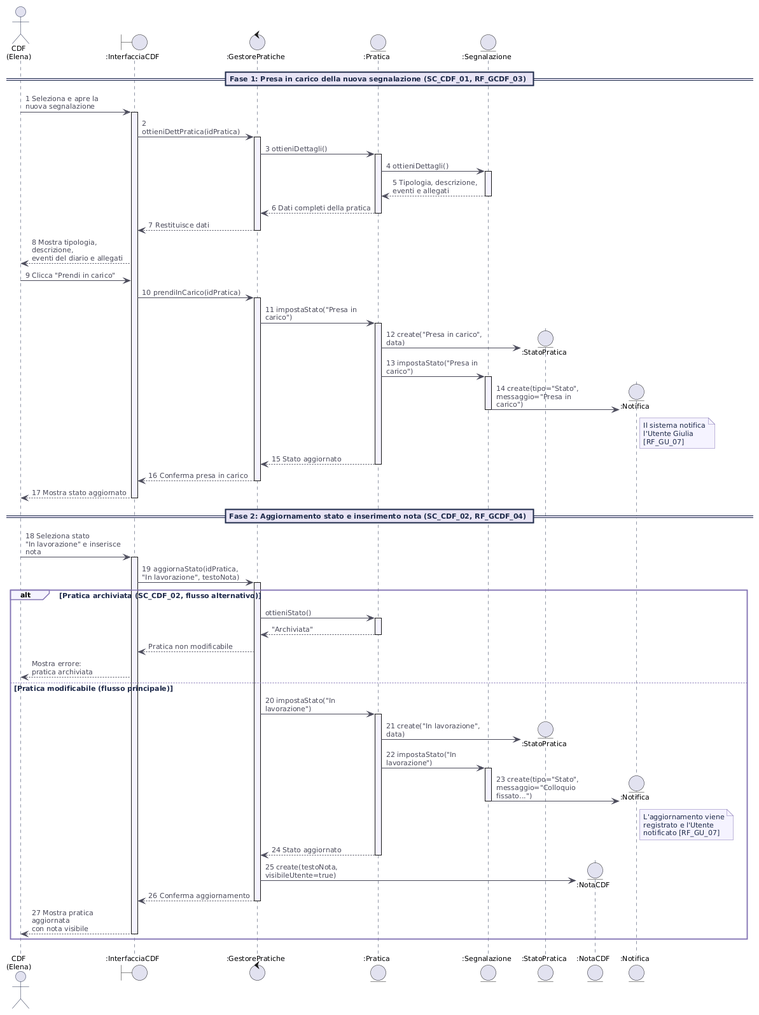
The PlantUML diagram docs/rad/assets/images/SD_Gestione_Segnalazione.png in pharos-oss/pharos, before a commit. The source it was exported from:
```plantuml
@startuml

skinparam shadowing false
skinparam defaultFontName "DejaVu Sans"
skinparam defaultFontSize 11
skinparam maxMessageSize 160

skinparam sequence {
  ArrowColor       #4A4A5A
  ArrowFontColor   #4A4A5A
  LifeLineBorderColor      #1E2A4A
  LifeLineBackgroundColor  #F5F3FF
  ParticipantBorderColor     #1E2A4A
  ParticipantBackgroundColor #E8E4F5
  ParticipantFontColor       #1E2A4A
  ActorBorderColor   #1E2A4A
  DividerBackgroundColor #E8E4F5
  DividerBorderColor     #1E2A4A
  DividerFontColor       #1E2A4A
  GroupBackgroundColor #F5F3FF
  GroupBorderColor     #8273B4
  GroupFontColor       #1E2A4A
}

skinparam note {
  BackgroundColor #F5F3FF
  BorderColor     #8273B4
  FontColor       #1E2A4A
}

actor    "CDF\n(Elena)"    as cdf
boundary ":InterfacciaCDF" as ui
control  ":GestorePratiche" as gp
entity   ":Pratica"        as p
entity   ":Segnalazione"   as s
entity   ":StatoPratica"   as sp
entity   ":NotaCDF"        as nota
entity   ":Notifica"       as n

== Fase 1: Presa in carico della nuova segnalazione (SC_CDF_01, RF_GCDF_03) ==

cdf -> ui: 1 Seleziona e apre la\nnuova segnalazione
activate ui

ui -> gp: 2 ottieniDettPratica(idPratica)
activate gp

gp -> p: 3 ottieniDettagli()
activate p
p -> s: 4 ottieniDettagli()
activate s
s --> p: 5 Tipologia, descrizione,\neventi e allegati
deactivate s
p --> gp: 6 Dati completi della pratica
deactivate p

gp --> ui: 7 Restituisce dati
deactivate gp

ui --> cdf: 8 Mostra tipologia, descrizione,\neventi del diario e allegati

cdf -> ui: 9 Clicca "Prendi in carico"

ui -> gp: 10 prendiInCarico(idPratica)
activate gp

gp -> p: 11 impostaStato("Presa in carico")
activate p
create sp
p -> sp: 12 create("Presa in carico", data)
p -> s: 13 impostaStato("Presa in carico")
activate s
create n
s -> n: 14 create(tipo="Stato",\nmessaggio="Presa in carico")
note right of n
  Il sistema notifica
  l'Utente Giulia
  [RF_GU_07]
end note
deactivate s
p --> gp: 15 Stato aggiornato
deactivate p

gp --> ui: 16 Conferma presa in carico
deactivate gp

ui --> cdf: 17 Mostra stato aggiornato
deactivate ui

== Fase 2: Aggiornamento stato e inserimento nota (SC_CDF_02, RF_GCDF_04) ==

cdf -> ui: 18 Seleziona stato\n"In lavorazione" e inserisce nota
activate ui

ui -> gp: 19 aggiornaStato(idPratica,\n"In lavorazione", testoNota)
activate gp

alt Pratica archiviata (SC_CDF_02, flusso alternativo)
  gp -> p: ottieniStato()
  activate p
  p --> gp: "Archiviata"
  deactivate p
  gp --> ui: Pratica non modificabile
  ui --> cdf: Mostra errore:\npratica archiviata
else Pratica modificabile (flusso principale)

gp -> p: 20 impostaStato("In lavorazione")
activate p

create sp
p -> sp: 21 create("In lavorazione", data)

p -> s: 22 impostaStato("In lavorazione")
activate s

create n
s -> n: 23 create(tipo="Stato",\nmessaggio="Colloquio fissato...")
note right of n
  L'aggiornamento viene
  registrato e l'Utente
  notificato [RF_GU_07]
end note
deactivate s
p --> gp: 24 Stato aggiornato
deactivate p

create nota
gp -> nota: 25 create(testoNota,\nvisibileUtente=true)

gp --> ui: 26 Conferma aggiornamento
deactivate gp

ui --> cdf: 27 Mostra pratica aggiornata\ncon nota visibile
deactivate ui

end
@enduml
```
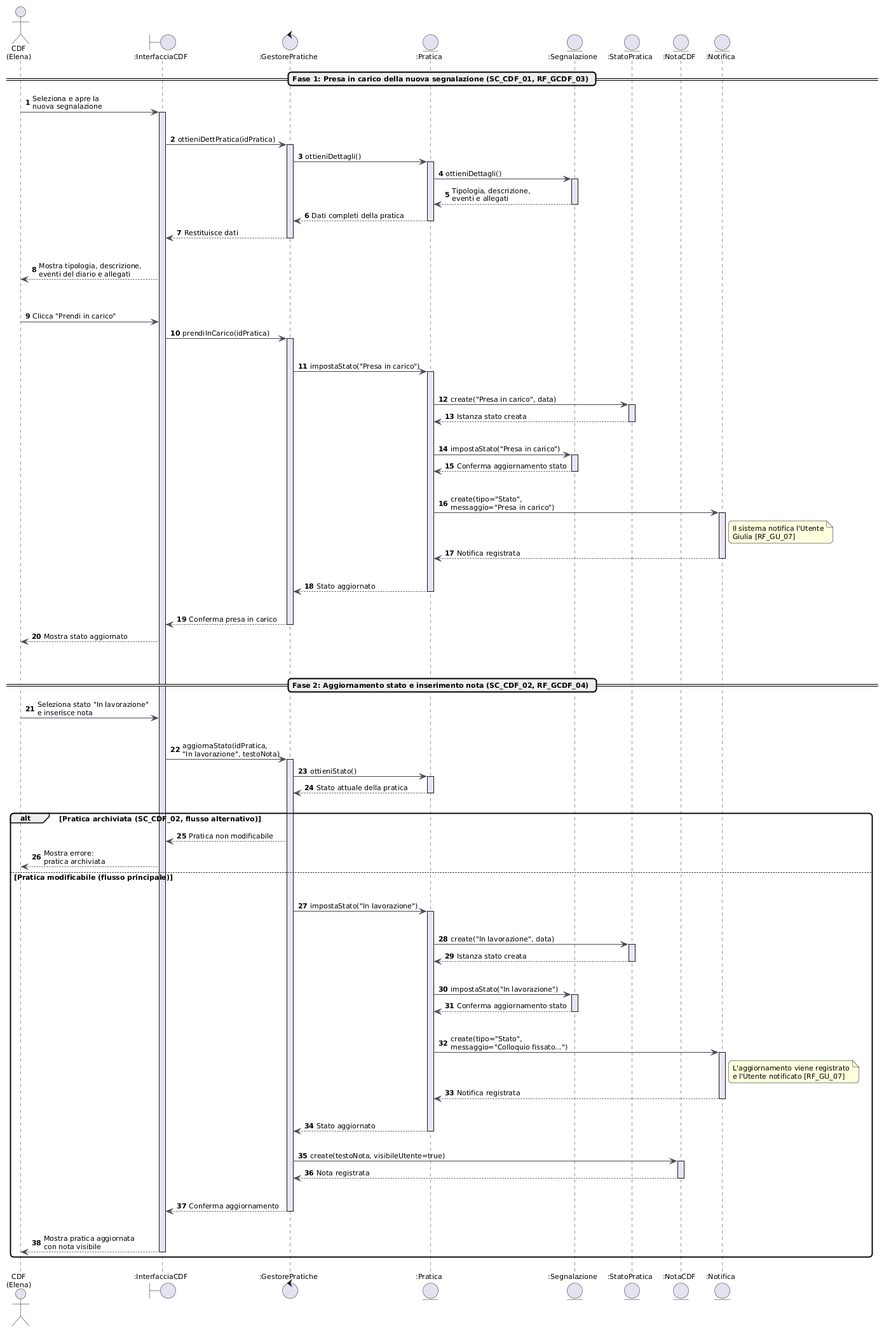
Later version of the same file.

Commit message:
docs: Aggiornato il SD icorreggendo alcuni errori logici e grafici.

Change to the diagram source:
```diff
@@ -1,137 +1,180 @@
 @startuml
-
 skinparam shadowing false
 skinparam defaultFontName "DejaVu Sans"
 skinparam defaultFontSize 11
-skinparam maxMessageSize 160
+skinparam roundcorner 10
+skinparam BoxPadding 10
 
 skinparam sequence {
-  ArrowColor       #4A4A5A
-  ArrowFontColor   #4A4A5A
-  LifeLineBorderColor      #1E2A4A
-  LifeLineBackgroundColor  #F5F3FF
-  ParticipantBorderColor     #1E2A4A
-  ParticipantBackgroundColor #E8E4F5
-  ParticipantFontColor       #1E2A4A
-  ActorBorderColor   #1E2A4A
-  DividerBackgroundColor #E8E4F5
-  DividerBorderColor     #1E2A4A
-  DividerFontColor       #1E2A4A
-  GroupBackgroundColor #F5F3FF
-  GroupBorderColor     #8273B4
-  GroupFontColor       #1E2A4A
+    ArrowColor #4A4A5A
+    LifeLineBorderColor #1E2A4A
+    LifeLineBackgroundColor #E8E4F5
+    ParticipantBorderColor #1E2A4A
+    ParticipantBackgroundColor White
+    ParticipantFontColor #1E2A4A
+    BoxBackgroundColor #F8F9FA
+    BoxBorderColor #D0D0D0
 }
 
-skinparam note {
-  BackgroundColor #F5F3FF
-  BorderColor     #8273B4
-  FontColor       #1E2A4A
-}
+autonumber
 
-actor    "CDF\n(Elena)"    as cdf
-boundary ":InterfacciaCDF" as ui
-control  ":GestorePratiche" as gp
-entity   ":Pratica"        as p
-entity   ":Segnalazione"   as s
-entity   ":StatoPratica"   as sp
-entity   ":NotaCDF"        as nota
-entity   ":Notifica"       as n
+actor "CDF\n(Elena)" as CDF
+boundary ":InterfacciaCDF" as IU
+control ":GestorePratiche" as GP
+entity ":Pratica" as P
+entity ":Segnalazione" as S
+entity ":StatoPratica" as SP
+entity ":NotaCDF" as NC
+entity ":Notifica" as N
 
 == Fase 1: Presa in carico della nuova segnalazione (SC_CDF_01, RF_GCDF_03) ==
 
-cdf -> ui: 1 Seleziona e apre la\nnuova segnalazione
-activate ui
+CDF -> IU : Seleziona e apre la\nnuova segnalazione
+activate IU
 
-ui -> gp: 2 ottieniDettPratica(idPratica)
-activate gp
+|||
 
-gp -> p: 3 ottieniDettagli()
-activate p
-p -> s: 4 ottieniDettagli()
-activate s
-s --> p: 5 Tipologia, descrizione,\neventi e allegati
-deactivate s
-p --> gp: 6 Dati completi della pratica
-deactivate p
+IU -> GP : ottieniDettPratica(idPratica)
+activate GP
 
-gp --> ui: 7 Restituisce dati
-deactivate gp
+GP -> P : ottieniDettagli()
+activate P
 
-ui --> cdf: 8 Mostra tipologia, descrizione,\neventi del diario e allegati
+P -> S : ottieniDettagli()
+activate S
+S --> P : Tipologia, descrizione,\neventi e allegati
+deactivate S
 
-cdf -> ui: 9 Clicca "Prendi in carico"
+P --> GP : Dati completi della pratica
+deactivate P
 
-ui -> gp: 10 prendiInCarico(idPratica)
-activate gp
+GP --> IU : Restituisce dati
+deactivate GP
 
-gp -> p: 11 impostaStato("Presa in carico")
-activate p
-create sp
-p -> sp: 12 create("Presa in carico", data)
-p -> s: 13 impostaStato("Presa in carico")
-activate s
-create n
-s -> n: 14 create(tipo="Stato",\nmessaggio="Presa in carico")
-note right of n
-  Il sistema notifica
-  l'Utente Giulia
-  [RF_GU_07]
-end note
-deactivate s
-p --> gp: 15 Stato aggiornato
-deactivate p
+|||
 
-gp --> ui: 16 Conferma presa in carico
-deactivate gp
+IU --> CDF : Mostra tipologia, descrizione,\neventi del diario e allegati
 
-ui --> cdf: 17 Mostra stato aggiornato
-deactivate ui
+||40||
+
+CDF -> IU : Clicca "Prendi in carico"
+IU -> GP : prendiInCarico(idPratica)
+activate GP
+
+|||
+
+GP -> P : impostaStato("Presa in carico")
+activate P
+
+|||
+
+P -> SP : create("Presa in carico", data)
+activate SP
+SP --> P : Istanza stato creata
+deactivate SP
+
+|||
+
+P -> S : impostaStato("Presa in carico")
+activate S
+S --> P : Conferma aggiornamento stato
+deactivate S
+
+|||
+
+P -> N : create(tipo="Stato",\nmessaggio="Presa in carico")
+activate N
+note right of N: Il sistema notifica l'Utente\nGiulia [RF_GU_07]
+N --> P : Notifica registrata
+deactivate N
+
+|||
+
+P --> GP : Stato aggiornato
+deactivate P
+
+|||
+
+GP --> IU : Conferma presa in carico
+deactivate GP
+
+IU --> CDF : Mostra stato aggiornato
+
+||40||
 
 == Fase 2: Aggiornamento stato e inserimento nota (SC_CDF_02, RF_GCDF_04) ==
 
-cdf -> ui: 18 Seleziona stato\n"In lavorazione" e inserisce nota
-activate ui
+CDF -> IU : Seleziona stato "In lavorazione"\ne inserisce nota
 
-ui -> gp: 19 aggiornaStato(idPratica,\n"In lavorazione", testoNota)
-activate gp
+|||
+
+IU -> GP : aggiornaStato(idPratica,\n"In lavorazione", testoNota)
+activate GP
+
+GP -> P : ottieniStato()
+activate P
+P --> GP : Stato attuale della pratica
+deactivate P
+
+||20||
 
 alt Pratica archiviata (SC_CDF_02, flusso alternativo)
-  gp -> p: ottieniStato()
-  activate p
-  p --> gp: "Archiviata"
-  deactivate p
-  gp --> ui: Pratica non modificabile
-  ui --> cdf: Mostra errore:\npratica archiviata
+
+    GP --> IU : Pratica non modificabile
+    IU --> CDF : Mostra errore:\npratica archiviata
+
 else Pratica modificabile (flusso principale)
 
-gp -> p: 20 impostaStato("In lavorazione")
-activate p
+    |||
 
-create sp
-p -> sp: 21 create("In lavorazione", data)
+    GP -> P : impostaStato("In lavorazione")
+    activate P
 
-p -> s: 22 impostaStato("In lavorazione")
-activate s
+    |||
 
-create n
-s -> n: 23 create(tipo="Stato",\nmessaggio="Colloquio fissato...")
-note right of n
-  L'aggiornamento viene
-  registrato e l'Utente
-  notificato [RF_GU_07]
-end note
-deactivate s
-p --> gp: 24 Stato aggiornato
-deactivate p
+    P -> SP : create("In lavorazione", data)
+    activate SP
+    SP --> P : Istanza stato creata
+    deactivate SP
 
-create nota
-gp -> nota: 25 create(testoNota,\nvisibileUtente=true)
+    |||
 
-gp --> ui: 26 Conferma aggiornamento
-deactivate gp
+    P -> S : impostaStato("In lavorazione")
+    activate S
+    S --> P : Conferma aggiornamento stato
+    deactivate S
 
-ui --> cdf: 27 Mostra pratica aggiornata\ncon nota visibile
-deactivate ui
+    |||
+
+    P -> N : create(tipo="Stato",\nmessaggio="Colloquio fissato...")
+    activate N
+    note right of N: L'aggiornamento viene registrato\ne l'Utente notificato [RF_GU_07]
+    N --> P : Notifica registrata
+    deactivate N
+
+    |||
+
+    P --> GP : Stato aggiornato
+    deactivate P
+
+    ||20||
+
+    GP -> NC : create(testoNota, visibileUtente=true)
+    activate NC
+    NC --> GP : Nota registrata
+    deactivate NC
+
+    |||
+
+    GP --> IU : Conferma aggiornamento
+
+    deactivate GP
+
+    |||
+
+    IU --> CDF : Mostra pratica aggiornata\ncon nota visibile
+
+    deactivate IU
 
 end
 @enduml
```
